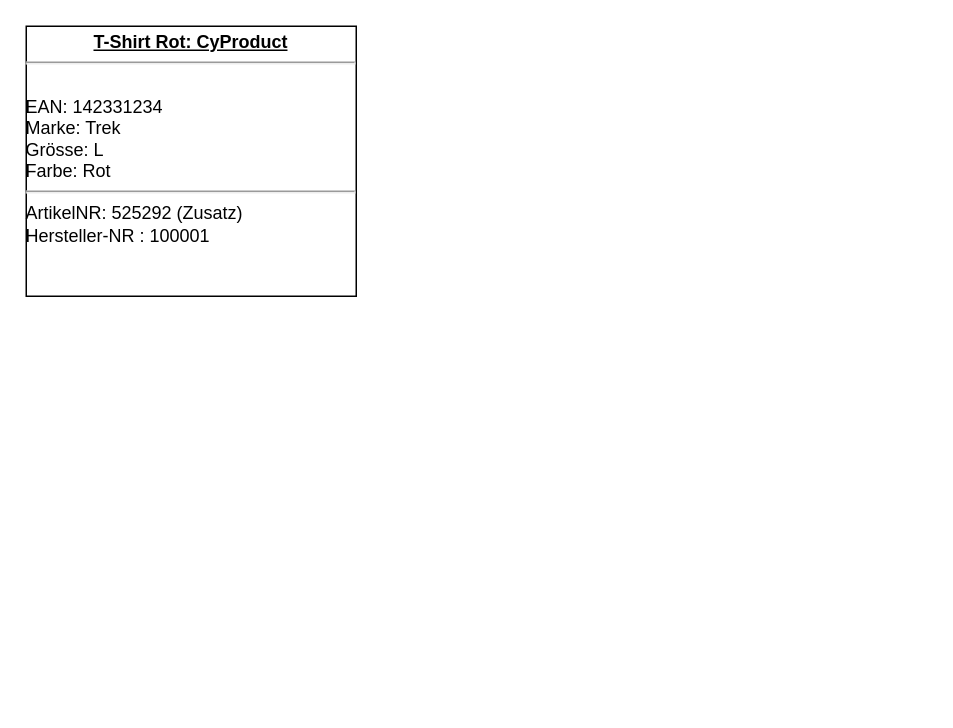
Lehp/diagrams keeps this draw.io diagram as zubi/Untitled Diagram.drawio. Above is the earlier version. Source tidied: cells renumbered, new cells numbered last; positions are measured from the earlier drawing's top-left corner, leaving out a move shared by most shapes. Both pictures are drawn from the tidied source at 150%, with x=0, y=0 at pixel (26, 26).
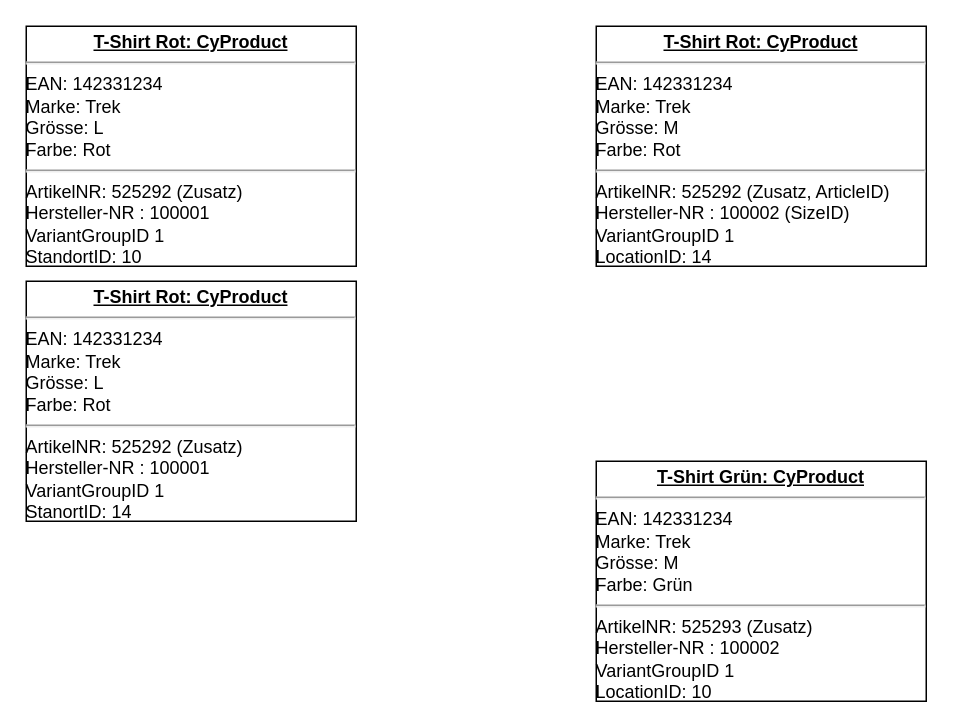
Above is the later version.

Diff of the diagram source:
```diff
@@
 <mxGraphModel>
   <root>
     <mxCell id="0" />
     <mxCell id="1" parent="0" />
-    <mxCell id="2" value="&lt;p style=&quot;margin: 0px ; margin-top: 4px ; text-align: center ; text-decoration: underline&quot;&gt;&lt;b&gt;T-Shirt Rot: CyProduct&lt;br&gt;&lt;/b&gt;&lt;/p&gt;&lt;hr&gt;&lt;div&gt;&lt;br&gt;&lt;/div&gt;&lt;div&gt;EAN: 142331234&lt;/div&gt;&lt;div&gt;Marke: Trek&lt;/div&gt;&lt;div&gt;Grösse: L&lt;/div&gt;&lt;div&gt;Farbe: Rot&lt;/div&gt;&lt;div&gt;&lt;hr&gt;ArtikelNR: 525292 (Zusatz)&lt;br&gt;&lt;/div&gt;&lt;div&gt;Hersteller-NR : 100001&lt;/div&gt;&lt;div&gt;&lt;br&gt;&lt;/div&gt;&lt;div&gt;&lt;br&gt;&lt;/div&gt;&lt;div&gt;&lt;br&gt;&lt;/div&gt;" style="verticalAlign=top;align=left;overflow=fill;fontSize=12;fontFamily=Helvetica;html=1;rounded=0;shadow=0;comic=0;labelBackgroundColor=none;strokeWidth=1;" parent="1" vertex="1">
-      <mxGeometry width="220" height="180" as="geometry" />
+    <mxCell id="2" value="&lt;p style=&quot;margin: 0px ; margin-top: 4px ; text-align: center ; text-decoration: underline&quot;&gt;&lt;b&gt;T-Shirt Rot: CyProduct&lt;br&gt;&lt;/b&gt;&lt;/p&gt;&lt;hr&gt;&lt;div&gt;EAN: 142331234&lt;/div&gt;&lt;div&gt;Marke: Trek&lt;/div&gt;&lt;div&gt;Grösse: L&lt;/div&gt;&lt;div&gt;Farbe: Rot&lt;/div&gt;&lt;div&gt;&lt;hr&gt;ArtikelNR: 525292 (Zusatz)&lt;br&gt;&lt;/div&gt;&lt;div&gt;Hersteller-NR : 100001&lt;/div&gt;&lt;div&gt;VariantGroupID 1&lt;/div&gt;&lt;div&gt;StandortID: 10&lt;br&gt;&lt;/div&gt;&lt;div&gt;&lt;br&gt;&lt;/div&gt;&lt;div&gt;&lt;br&gt;&lt;/div&gt;&lt;div&gt;&lt;br&gt;&lt;/div&gt;" style="verticalAlign=top;align=left;overflow=fill;fontSize=12;fontFamily=Helvetica;html=1;rounded=0;shadow=0;comic=0;labelBackgroundColor=none;strokeWidth=1;" parent="1" vertex="1">
+      <mxGeometry width="220" height="160" as="geometry" />
     </mxCell>
+    <mxCell id="3" value="&lt;p style=&quot;margin: 0px ; margin-top: 4px ; text-align: center ; text-decoration: underline&quot;&gt;&lt;b&gt;T-Shirt Rot: CyProduct&lt;br&gt;&lt;/b&gt;&lt;/p&gt;&lt;hr&gt;&lt;div&gt;EAN: 142331234&lt;/div&gt;&lt;div&gt;Marke: Trek&lt;/div&gt;&lt;div&gt;Grösse: M&lt;br&gt;&lt;/div&gt;&lt;div&gt;Farbe: Rot&lt;/div&gt;&lt;div&gt;&lt;hr&gt;ArtikelNR: 525292 (Zusatz, ArticleID)&lt;br&gt;&lt;/div&gt;&lt;div&gt;Hersteller-NR : 100002 (SizeID)&lt;br&gt;&lt;/div&gt;&lt;div&gt;VariantGroupID 1&lt;/div&gt;&lt;div&gt;LocationID: 14&lt;br&gt;&lt;/div&gt;&lt;div&gt;&lt;br&gt;&lt;/div&gt;&lt;div&gt;&lt;br&gt;&lt;/div&gt;&lt;div&gt;&lt;br&gt;&lt;/div&gt;" style="verticalAlign=top;align=left;overflow=fill;fontSize=12;fontFamily=Helvetica;html=1;rounded=0;shadow=0;comic=0;labelBackgroundColor=none;strokeWidth=1;" parent="1" vertex="1">
+      <mxGeometry x="380" width="220" height="160" as="geometry" />
+    </mxCell>
+    <mxCell id="4" value="&lt;p style=&quot;margin: 0px ; margin-top: 4px ; text-align: center ; text-decoration: underline&quot;&gt;&lt;b&gt;T-Shirt Grün: CyProduct&lt;br&gt;&lt;/b&gt;&lt;/p&gt;&lt;hr&gt;&lt;div&gt;EAN: 142331234&lt;/div&gt;&lt;div&gt;Marke: Trek&lt;/div&gt;&lt;div&gt;Grösse: M&lt;br&gt;&lt;/div&gt;&lt;div&gt;Farbe: Grün&lt;/div&gt;&lt;div&gt;&lt;hr&gt;ArtikelNR: 525293 (Zusatz)&lt;br&gt;&lt;/div&gt;&lt;div&gt;Hersteller-NR : 100002&lt;/div&gt;&lt;div&gt;VariantGroupID 1&lt;/div&gt;&lt;div&gt;LocationID: 10&lt;br&gt;&lt;/div&gt;&lt;div&gt;&lt;br&gt;&lt;/div&gt;&lt;div&gt;&lt;br&gt;&lt;/div&gt;&lt;div&gt;&lt;br&gt;&lt;/div&gt;" style="verticalAlign=top;align=left;overflow=fill;fontSize=12;fontFamily=Helvetica;html=1;rounded=0;shadow=0;comic=0;labelBackgroundColor=none;strokeWidth=1;" parent="1" vertex="1">
+      <mxGeometry x="380" y="290" width="220" height="160" as="geometry" />
+    </mxCell>
+    <mxCell id="5" value="&lt;p style=&quot;margin: 0px ; margin-top: 4px ; text-align: center ; text-decoration: underline&quot;&gt;&lt;b&gt;T-Shirt Rot: CyProduct&lt;br&gt;&lt;/b&gt;&lt;/p&gt;&lt;hr&gt;&lt;div&gt;EAN: 142331234&lt;/div&gt;&lt;div&gt;Marke: Trek&lt;/div&gt;&lt;div&gt;Grösse: L&lt;/div&gt;&lt;div&gt;Farbe: Rot&lt;/div&gt;&lt;div&gt;&lt;hr&gt;ArtikelNR: 525292 (Zusatz)&lt;br&gt;&lt;/div&gt;&lt;div&gt;Hersteller-NR : 100001&lt;/div&gt;&lt;div&gt;VariantGroupID 1&lt;/div&gt;&lt;div&gt;StanortID: 14&lt;br&gt;&lt;/div&gt;&lt;div&gt;&lt;br&gt;&lt;/div&gt;&lt;div&gt;&lt;br&gt;&lt;/div&gt;&lt;div&gt;&lt;br&gt;&lt;/div&gt;" style="verticalAlign=top;align=left;overflow=fill;fontSize=12;fontFamily=Helvetica;html=1;rounded=0;shadow=0;comic=0;labelBackgroundColor=none;strokeWidth=1;" parent="1" vertex="1">
+      <mxGeometry y="170" width="220" height="160" as="geometry" />
+    </mxCell>
   </root>
 </mxGraphModel>
```
